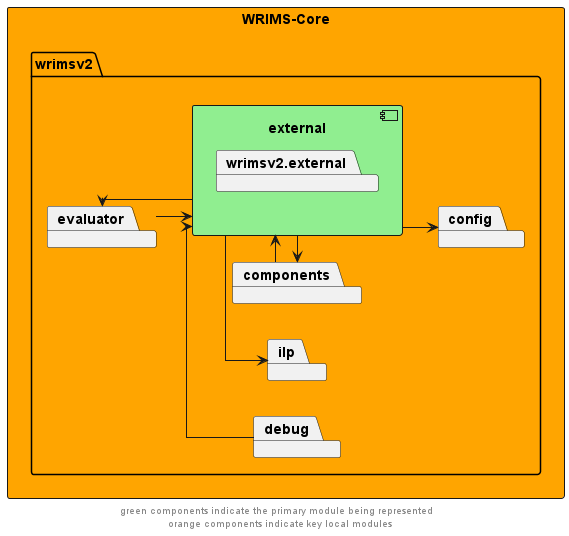
This is docs/diagrams/wrims-core/wrims-core_external.png from CentralValleyModeling/wrims, a PlantUML export, as it was before one commit.
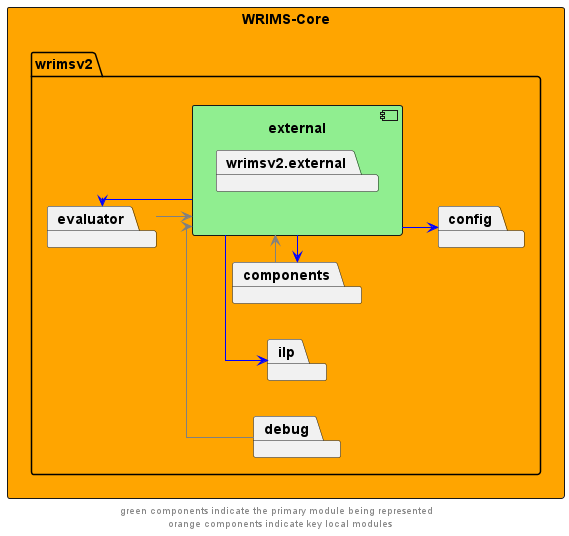
Later version of the same file.

The edit, as a diff of the source:
```diff
@@ -15,16 +15,16 @@
     }
 }
 
-components -r-> external
-external -l-> components
+components -r-> external #grey
+external -l-> components #blue
 
-evaluator -r-> external
-external -l-> evaluator
+evaluator -r-> external #grey
+external -l-> evaluator #blue
 
-external -r-> ilp
-external --> config
+external -r-> ilp #blue
+external --> config #blue
 
-debug -> external
+debug -> external #grey
 
 components -u[hidden]-> evaluator
 
```
